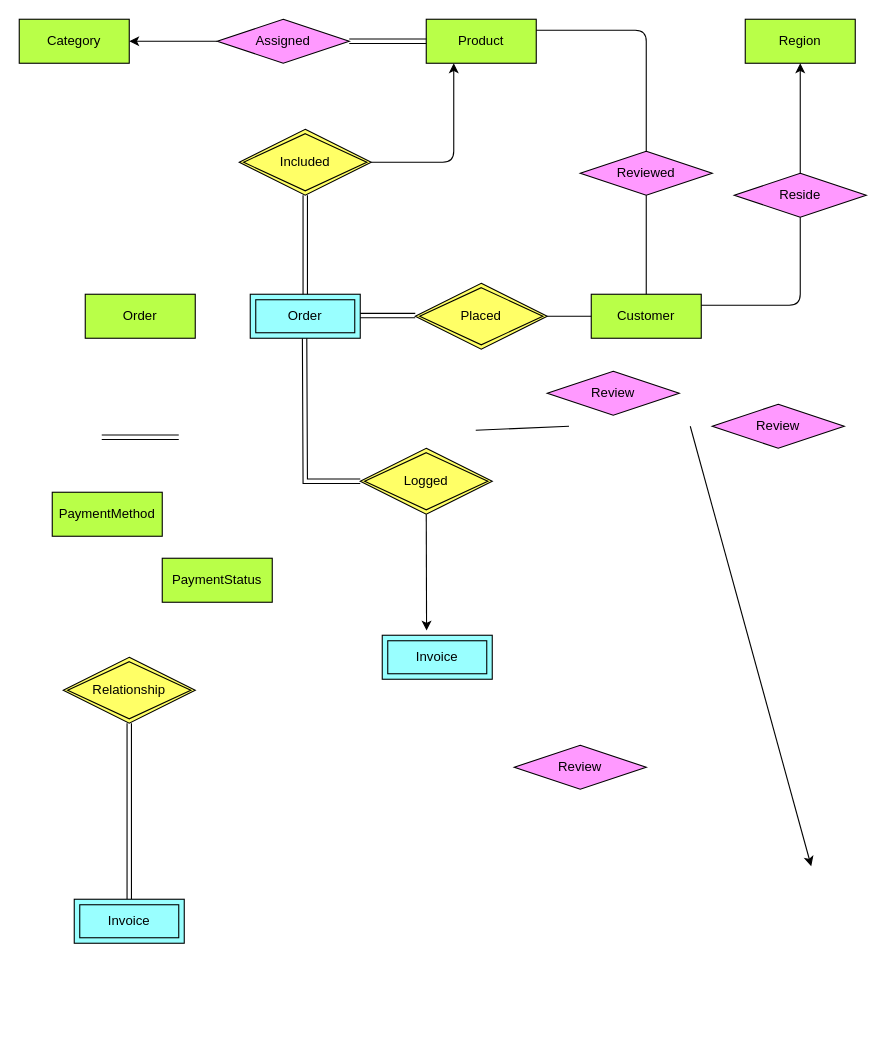
The draw.io diagram documents/design models/database/conceptual_design.drawio in jadogeri/typegraphql-tutorial, before the edit. Source tidied: cells renumbered, new cells numbered last; positions are measured from the earlier drawing's top-left corner, leaving out a move shared by most shapes. Both pictures are drawn from the tidied source at 110%, with x=0, y=0 at pixel (19, 19).
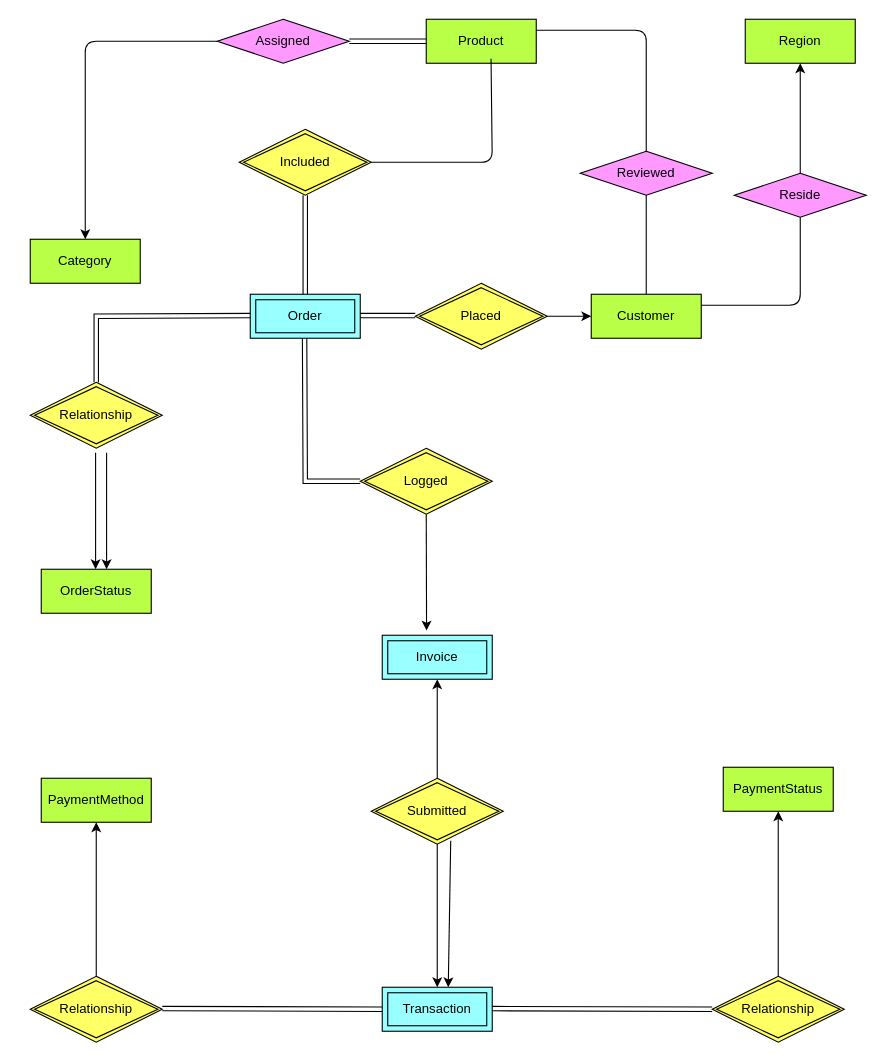
Above is the later version.

The change refers to these unchanged cells:
```xml
<mxCell id="3" value="Product" style="whiteSpace=wrap;html=1;align=center;fillColor=#B9FF48;" parent="1" vertex="1">
  <mxGeometry x="370" width="100" height="40" as="geometry" />
</mxCell>
<mxCell id="4" value="Assigned" style="shape=rhombus;perimeter=rhombusPerimeter;whiteSpace=wrap;html=1;align=center;fillColor=#FF99FF;" parent="1" vertex="1">
  <mxGeometry x="180" width="120" height="40" as="geometry" />
</mxCell>
<mxCell id="6" value="Customer" style="whiteSpace=wrap;html=1;align=center;fillColor=#B9FF48;" parent="1" vertex="1">
  <mxGeometry x="520" y="250" width="100" height="40" as="geometry" />
</mxCell>
<mxCell id="20" value="Included" style="shape=rhombus;double=1;perimeter=rhombusPerimeter;whiteSpace=wrap;html=1;align=center;fillColor=#FFFF66;" parent="1" vertex="1">
  <mxGeometry x="200" y="100" width="120" height="60" as="geometry" />
</mxCell>
<mxCell id="37" value="Placed" style="shape=rhombus;double=1;perimeter=rhombusPerimeter;whiteSpace=wrap;html=1;align=center;fillColor=#FFFF66;" parent="1" vertex="1">
  <mxGeometry x="360" y="240" width="120" height="60" as="geometry" />
</mxCell>
<mxCell id="41" value="Invoice" style="shape=ext;margin=3;double=1;whiteSpace=wrap;html=1;align=center;fillColor=#99FFFF;" parent="1" vertex="1">
  <mxGeometry x="330" y="560" width="100" height="40" as="geometry" />
</mxCell>
```

Change to the diagram source:
```diff
@@
-    <mxCell id="2" style="edgeStyle=none;html=1;entryX=0.25;entryY=1;entryDx=0;entryDy=0;exitX=1;exitY=0.5;exitDx=0;exitDy=0;" parent="1" edge="1" source="20" target="3">
-      <mxGeometry relative="1" as="geometry">
-        <Array as="points">
-          <mxPoint x="395" y="130" />
-        </Array>
-      </mxGeometry>
-    </mxCell>
@@
     <mxCell id="5" value="Category" style="whiteSpace=wrap;html=1;align=center;fillColor=#B9FF48;" parent="1" vertex="1">
-      <mxGeometry width="100" height="40" as="geometry" />
+      <mxGeometry x="10" y="200" width="100" height="40" as="geometry" />
     </mxCell>
@@
-    <mxCell id="8" style="endArrow=classic;html=1;entryX=1;entryY=0.5;entryDx=0;entryDy=0;exitX=0;exitY=0.5;exitDx=0;exitDy=0;" parent="1" edge="1" source="4" target="5">
-      <mxGeometry relative="1" as="geometry" />
+    <mxCell id="8" style="endArrow=classic;html=1;entryX=0.5;entryY=0;entryDx=0;entryDy=0;exitX=0;exitY=0.5;exitDx=0;exitDy=0;" parent="1" edge="1" source="4" target="5">
+      <mxGeometry relative="1" as="geometry">
+        <Array as="points">
+          <mxPoint x="60" y="20" />
+        </Array>
+      </mxGeometry>
     </mxCell>
@@
-    <mxCell id="17" value="Relationship" style="shape=rhombus;double=1;perimeter=rhombusPerimeter;whiteSpace=wrap;html=1;align=center;fillColor=#FFFF66;" parent="1" vertex="1">
-      <mxGeometry x="40" y="580" width="120" height="60" as="geometry" />
+    <mxCell id="17" value="Submitted" style="shape=rhombus;double=1;perimeter=rhombusPerimeter;whiteSpace=wrap;html=1;align=center;fillColor=#FFFF66;" parent="1" vertex="1">
+      <mxGeometry x="320" y="690" width="120" height="60" as="geometry" />
     </mxCell>
-    <mxCell id="18" style="shape=link;html=1;rounded=0;exitX=0.5;exitY=1;exitDx=0;exitDy=0;entryX=0.5;entryY=0;entryDx=0;entryDy=0;" parent="1" edge="1" source="17" target="25">
-      <mxGeometry relative="1" as="geometry" />
-    </mxCell>
-    <mxCell id="19" style="html=1;whiteSpace=wrap;align=right;verticalAlign=bottom;" parent="18" vertex="1">
-      <mxGeometry x="1" relative="1" as="geometry" />
-    </mxCell>
@@
-    <mxCell id="22" style="endArrow=none;html=1;entryX=0;entryY=0.5;entryDx=0;entryDy=0;exitX=1;exitY=0.5;exitDx=0;exitDy=0;" parent="1" edge="1" target="6">
-      <mxGeometry relative="1" as="geometry">
-        <mxPoint x="480" y="270" as="sourcePoint" />
-      </mxGeometry>
-    </mxCell>
-    <mxCell id="23" value="Review" style="shape=rhombus;perimeter=rhombusPerimeter;whiteSpace=wrap;html=1;align=center;fillColor=#FF99FF;" parent="1" vertex="1">
-      <mxGeometry x="450" y="660" width="120" height="40" as="geometry" />
-    </mxCell>
-    <mxCell id="24" style="endArrow=none;html=1;entryX=-0.013;entryY=0.624;entryDx=0;entryDy=0;entryPerimeter=0;exitX=0.949;exitY=0.713;exitDx=0;exitDy=0;exitPerimeter=0;" parent="1" edge="1">
-      <mxGeometry relative="1" as="geometry">
-        <mxPoint x="415" y="373.6" as="sourcePoint" />
-        <mxPoint x="499.8" y="370" as="targetPoint" />
-      </mxGeometry>
-    </mxCell>
-    <mxCell id="25" value="Invoice" style="shape=ext;margin=3;double=1;whiteSpace=wrap;html=1;align=center;fillColor=#99FFFF;" parent="1" vertex="1">
-      <mxGeometry x="50" y="800" width="100" height="40" as="geometry" />
+    <mxCell id="25" value="Transaction" style="shape=ext;margin=3;double=1;whiteSpace=wrap;html=1;align=center;fillColor=#99FFFF;" parent="1" vertex="1">
+      <mxGeometry x="330" y="880" width="100" height="40" as="geometry" />
     </mxCell>
@@
-    <mxCell id="29" value="Review" style="shape=rhombus;perimeter=rhombusPerimeter;whiteSpace=wrap;html=1;align=center;fillColor=#FF99FF;" parent="1" vertex="1">
-      <mxGeometry x="630" y="350" width="120" height="40" as="geometry" />
-    </mxCell>
-    <mxCell id="30" value="Review" style="shape=rhombus;perimeter=rhombusPerimeter;whiteSpace=wrap;html=1;align=center;fillColor=#FF99FF;" parent="1" vertex="1">
-      <mxGeometry x="480" y="320" width="120" height="40" as="geometry" />
-    </mxCell>
-    <mxCell id="31" value="Order" style="whiteSpace=wrap;html=1;align=center;fillColor=#B9FF48;" parent="1" vertex="1">
-      <mxGeometry x="60" y="250" width="100" height="40" as="geometry" />
-    </mxCell>
     <mxCell id="32" value="PaymentMethod" style="whiteSpace=wrap;html=1;align=center;fillColor=#B9FF48;" parent="1" vertex="1">
-      <mxGeometry x="30" y="430" width="100" height="40" as="geometry" />
+      <mxGeometry x="20" y="690" width="100" height="40" as="geometry" />
     </mxCell>
@@
-    <mxCell id="35" style="shape=link;html=1;rounded=0;entryX=0;entryY=0.5;entryDx=0;entryDy=0;exitX=1;exitY=0.5;exitDx=0;exitDy=0;" parent="1" edge="1">
-      <mxGeometry relative="1" as="geometry">
-        <mxPoint x="75" y="380" as="sourcePoint" />
-        <mxPoint x="145" y="380" as="targetPoint" />
-      </mxGeometry>
-    </mxCell>
-    <mxCell id="36" style="html=1;whiteSpace=wrap;align=right;verticalAlign=bottom;" parent="35" vertex="1">
-      <mxGeometry x="1" relative="1" as="geometry" />
-    </mxCell>
@@
     <mxCell id="40" value="PaymentStatus" style="whiteSpace=wrap;html=1;align=center;fillColor=#B9FF48;" parent="1" vertex="1">
-      <mxGeometry x="130" y="490" width="100" height="40" as="geometry" />
+      <mxGeometry x="640" y="680" width="100" height="40" as="geometry" />
     </mxCell>
@@
-    <mxCell id="43" style="edgeStyle=none;html=1;exitX=0;exitY=0;exitDx=0;exitDy=0;" parent="1" edge="1">
-      <mxGeometry relative="1" as="geometry">
-        <mxPoint x="610" y="370" as="sourcePoint" />
-        <mxPoint x="720" y="770" as="targetPoint" />
-      </mxGeometry>
+    <mxCell id="43" style="edgeStyle=none;html=1;exitX=0.5;exitY=0;exitDx=0;exitDy=0;entryX=0.5;entryY=1;entryDx=0;entryDy=0;" parent="1" edge="1" source="44" target="32">
+      <mxGeometry relative="1" as="geometry" />
     </mxCell>
+    <mxCell id="44" value="Relationship" style="shape=rhombus;double=1;perimeter=rhombusPerimeter;whiteSpace=wrap;html=1;align=center;fillColor=#FFFF66;" parent="1" vertex="1">
+      <mxGeometry x="10" y="870" width="120" height="60" as="geometry" />
+    </mxCell>
+    <mxCell id="45" value="Relationship" style="shape=rhombus;double=1;perimeter=rhombusPerimeter;whiteSpace=wrap;html=1;align=center;fillColor=#FFFF66;" parent="1" vertex="1">
+      <mxGeometry x="630" y="870" width="120" height="60" as="geometry" />
+    </mxCell>
+    <mxCell id="46" style="edgeStyle=none;html=1;exitX=0.5;exitY=0;exitDx=0;exitDy=0;entryX=0.5;entryY=1;entryDx=0;entryDy=0;" parent="1" edge="1" source="17" target="41">
+      <mxGeometry relative="1" as="geometry" />
+    </mxCell>
+    <mxCell id="47" style="shape=link;html=1;rounded=0;entryX=0;entryY=0.5;entryDx=0;entryDy=0;exitX=0.5;exitY=0;exitDx=0;exitDy=0;" parent="1" edge="1" source="57">
+      <mxGeometry relative="1" as="geometry">
+        <mxPoint x="210" y="269.4" as="targetPoint" />
+        <Array as="points">
+          <mxPoint x="70" y="270" />
+        </Array>
+      </mxGeometry>
+    </mxCell>
+    <mxCell id="48" style="html=1;whiteSpace=wrap;align=right;verticalAlign=bottom;" parent="47" vertex="1">
+      <mxGeometry x="1" relative="1" as="geometry" />
+    </mxCell>
+    <mxCell id="49" style="shape=link;html=1;rounded=0;entryX=0;entryY=0.5;entryDx=0;entryDy=0;exitX=1;exitY=0.5;exitDx=0;exitDy=0;" parent="1" edge="1" target="45">
+      <mxGeometry relative="1" as="geometry">
+        <mxPoint x="430" y="899.4" as="sourcePoint" />
+      </mxGeometry>
+    </mxCell>
+    <mxCell id="50" style="html=1;whiteSpace=wrap;align=right;verticalAlign=bottom;" parent="49" vertex="1">
+      <mxGeometry x="1" relative="1" as="geometry" />
+    </mxCell>
+    <mxCell id="51" style="shape=link;html=1;rounded=0;entryX=0;entryY=0.5;entryDx=0;entryDy=0;exitX=1;exitY=0.5;exitDx=0;exitDy=0;" parent="1" edge="1" target="25">
+      <mxGeometry relative="1" as="geometry">
+        <mxPoint x="130" y="899.4" as="sourcePoint" />
+      </mxGeometry>
+    </mxCell>
+    <mxCell id="52" style="html=1;whiteSpace=wrap;align=right;verticalAlign=bottom;" parent="51" vertex="1">
+      <mxGeometry x="1" relative="1" as="geometry" />
+    </mxCell>
+    <mxCell id="53" style="edgeStyle=none;html=1;entryX=0.5;entryY=1;entryDx=0;entryDy=0;exitX=0.5;exitY=0;exitDx=0;exitDy=0;" parent="1" edge="1" source="45" target="40">
+      <mxGeometry relative="1" as="geometry" />
+    </mxCell>
+    <mxCell id="54" style="edgeStyle=none;html=1;exitX=1;exitY=0.5;exitDx=0;exitDy=0;entryX=0;entryY=0.5;entryDx=0;entryDy=0;" parent="1" edge="1" source="37" target="6">
+      <mxGeometry relative="1" as="geometry" />
+    </mxCell>
+    <mxCell id="18" style="edgeStyle=none;html=1;exitX=0.5;exitY=1;exitDx=0;exitDy=0;entryX=0.5;entryY=0;entryDx=0;entryDy=0;" parent="1" edge="1" source="17" target="25">
+      <mxGeometry relative="1" as="geometry" />
+    </mxCell>
+    <mxCell id="55" style="edgeStyle=none;html=1;exitX=0.602;exitY=0.946;exitDx=0;exitDy=0;exitPerimeter=0;" parent="1" edge="1" source="17">
+      <mxGeometry relative="1" as="geometry">
+        <mxPoint x="390" y="880" as="targetPoint" />
+      </mxGeometry>
+    </mxCell>
+    <mxCell id="56" value="OrderStatus" style="whiteSpace=wrap;html=1;align=center;fillColor=#B9FF48;" parent="1" vertex="1">
+      <mxGeometry x="20" y="500" width="100" height="40" as="geometry" />
+    </mxCell>
+    <mxCell id="57" value="Relationship" style="shape=rhombus;double=1;perimeter=rhombusPerimeter;whiteSpace=wrap;html=1;align=center;fillColor=#FFFF66;" parent="1" vertex="1">
+      <mxGeometry x="10" y="330" width="120" height="60" as="geometry" />
+    </mxCell>
+    <mxCell id="58" style="edgeStyle=none;html=1;exitX=0.5;exitY=1;exitDx=0;exitDy=0;entryX=0.403;entryY=-0.106;entryDx=0;entryDy=0;entryPerimeter=0;" parent="1" edge="1">
+      <mxGeometry relative="1" as="geometry">
+        <mxPoint x="69.4" y="394" as="sourcePoint" />
+        <mxPoint x="69.4" y="500" as="targetPoint" />
+      </mxGeometry>
+    </mxCell>
+    <mxCell id="59" style="edgeStyle=none;html=1;exitX=0.5;exitY=1;exitDx=0;exitDy=0;entryX=0.403;entryY=-0.106;entryDx=0;entryDy=0;entryPerimeter=0;" parent="1" edge="1">
+      <mxGeometry relative="1" as="geometry">
+        <mxPoint x="79.4" y="394" as="sourcePoint" />
+        <mxPoint x="79.4" y="500" as="targetPoint" />
+      </mxGeometry>
+    </mxCell>
+    <mxCell id="60" style="endArrow=none;html=1;exitX=0.589;exitY=0.9;exitDx=0;exitDy=0;exitPerimeter=0;" parent="1" edge="1" source="3">
+      <mxGeometry relative="1" as="geometry">
+        <mxPoint x="320" y="130" as="targetPoint" />
+        <Array as="points">
+          <mxPoint x="430" y="130" />
+        </Array>
+      </mxGeometry>
+    </mxCell>
```
